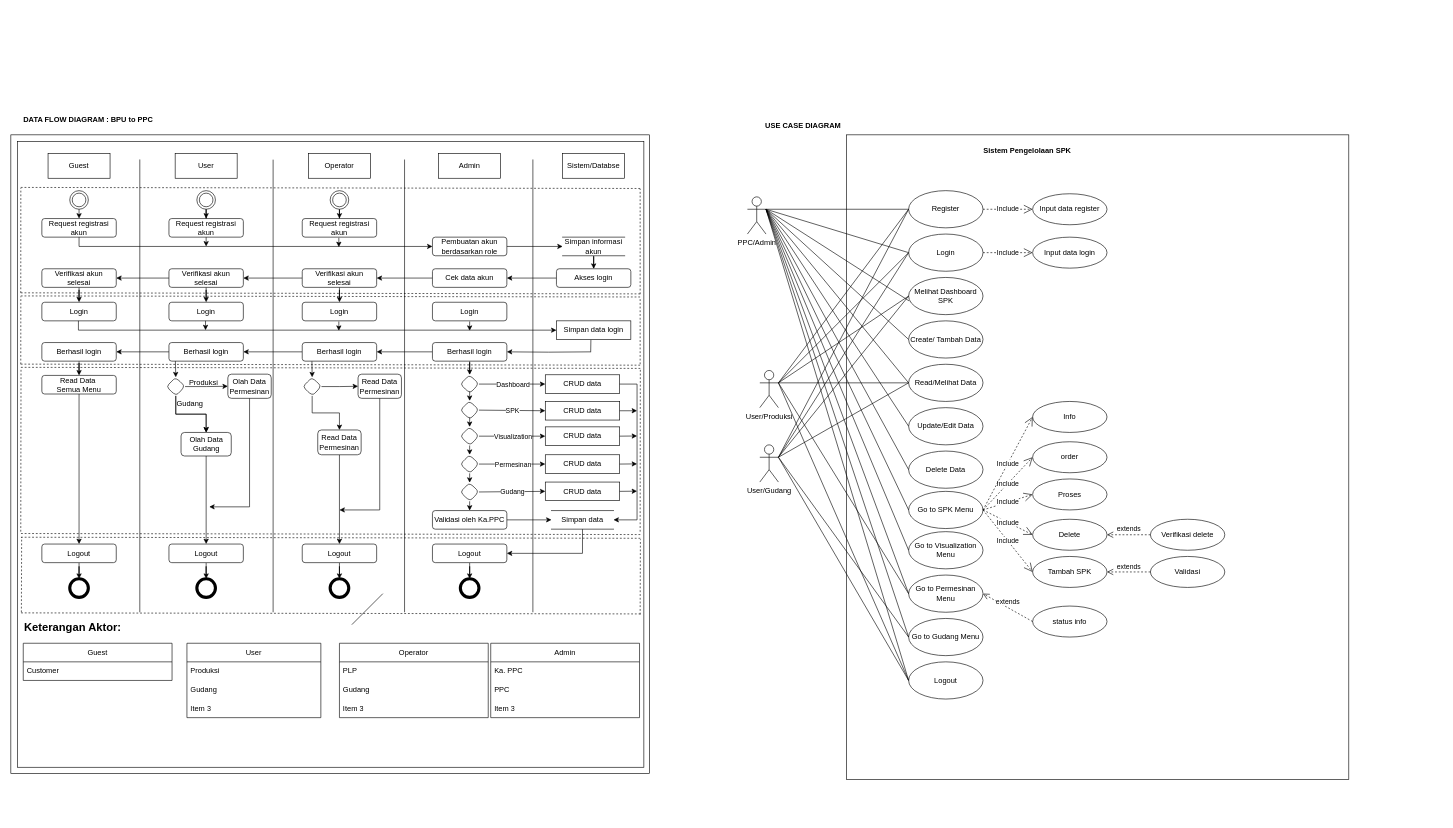
Above: UCD progres rev.drawio in rdhst/ena-me-project (draw.io), before the change. Source tidied: cells renumbered, new cells numbered last; positions are measured from the earlier drawing's top-left corner, leaving out a move shared by most shapes. Both pictures are drawn from the tidied source at 62%, with x=0, y=0 at pixel (11, 110).
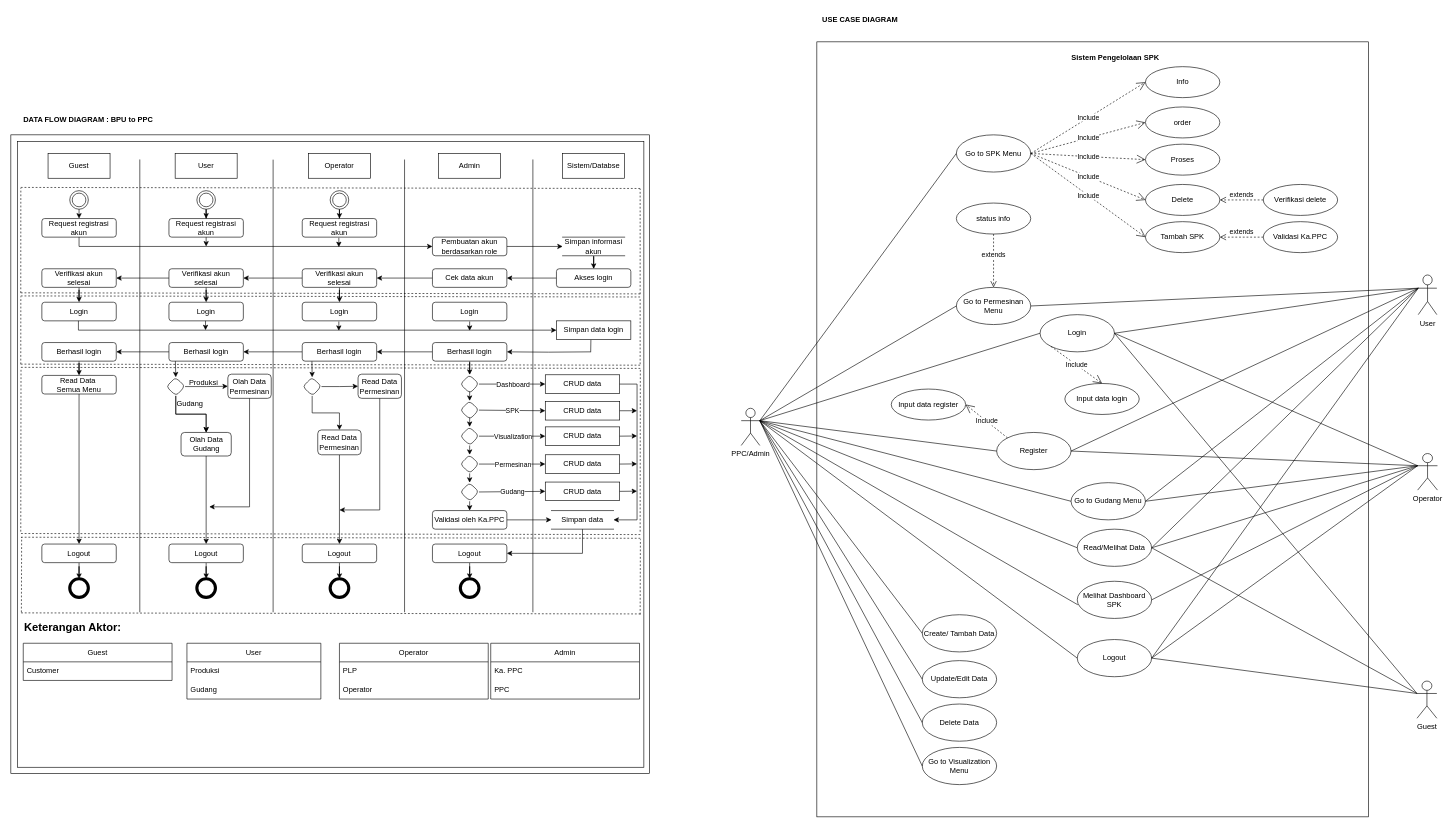
The same diagram, later.

Commit message:
DFD-UCD

Change to the diagram source:
```diff
@@
     <mxCell id="2" style="rounded=0;whiteSpace=wrap;html=1;" parent="1" vertex="1">
-      <mxGeometry x="1348" y="40" width="810" height="1040" as="geometry" />
+      <mxGeometry x="1300" y="-110" width="890" height="1250" as="geometry" />
     </mxCell>
     <mxCell id="3" value="USE CASE DIAGRAM" style="text;html=1;align=center;verticalAlign=middle;whiteSpace=wrap;rounded=0;fontStyle=1;" parent="1" vertex="1">
-      <mxGeometry x="1208" y="10" width="140" height="30" as="geometry" />
+      <mxGeometry x="1300" y="-160" width="140" height="30" as="geometry" />
     </mxCell>
     <mxCell id="4" value="PPC/Admin" style="shape=umlActor;verticalLabelPosition=bottom;verticalAlign=top;html=1;outlineConnect=0;" parent="1" vertex="1">
-      <mxGeometry x="1188" y="140" width="30" height="60" as="geometry" />
+      <mxGeometry x="1178" y="481" width="30" height="60" as="geometry" />
     </mxCell>
     <mxCell id="5" value="&amp;nbsp;Sistem Pengelolaan SPK" style="text;html=1;align=center;verticalAlign=middle;whiteSpace=wrap;rounded=0;fontStyle=1;" parent="1" vertex="1">
-      <mxGeometry x="1548" y="50" width="180" height="30" as="geometry" />
+      <mxGeometry x="1690" y="-100" width="180" height="30" as="geometry" />
     </mxCell>
     <mxCell id="6" value="Login" style="ellipse;whiteSpace=wrap;html=1;" parent="1" vertex="1">
-      <mxGeometry x="1448" y="200" width="120" height="60" as="geometry" />
+      <mxGeometry x="1660" y="330" width="120" height="60" as="geometry" />
     </mxCell>
     <mxCell id="7" value="Input data login" style="ellipse;whiteSpace=wrap;html=1;" parent="1" vertex="1">
-      <mxGeometry x="1648" y="205" width="120" height="50" as="geometry" />
+      <mxGeometry x="1700" y="441" width="120" height="50" as="geometry" />
     </mxCell>
     <mxCell id="8" value="Register" style="ellipse;whiteSpace=wrap;html=1;" parent="1" vertex="1">
-      <mxGeometry x="1448" y="130" width="120" height="60" as="geometry" />
+      <mxGeometry x="1590" y="520" width="120" height="60" as="geometry" />
     </mxCell>
     <mxCell id="9" value="Melihat Dashboard SPK" style="ellipse;whiteSpace=wrap;html=1;" parent="1" vertex="1">
-      <mxGeometry x="1448" y="270" width="120" height="60" as="geometry" />
+      <mxGeometry x="1720" y="760" width="120" height="60" as="geometry" />
     </mxCell>
     <mxCell id="10" value="Create/ Tambah Data" style="ellipse;whiteSpace=wrap;html=1;" parent="1" vertex="1">
-      <mxGeometry x="1448" y="340" width="120" height="60" as="geometry" />
+      <mxGeometry x="1470" y="814" width="120" height="60" as="geometry" />
     </mxCell>
     <mxCell id="11" value="Logout" style="ellipse;whiteSpace=wrap;html=1;" parent="1" vertex="1">
-      <mxGeometry x="1448" y="890" width="120" height="60" as="geometry" />
+      <mxGeometry x="1720" y="854" width="120" height="60" as="geometry" />
     </mxCell>
     <mxCell id="12" value="Read/Melihat Data" style="ellipse;whiteSpace=wrap;html=1;" parent="1" vertex="1">
-      <mxGeometry x="1448" y="410" width="120" height="60" as="geometry" />
+      <mxGeometry x="1720" y="676" width="120" height="60" as="geometry" />
     </mxCell>
     <mxCell id="13" value="Update/Edit Data" style="ellipse;whiteSpace=wrap;html=1;" parent="1" vertex="1">
-      <mxGeometry x="1448" y="480" width="120" height="60" as="geometry" />
+      <mxGeometry x="1470" y="888" width="120" height="60" as="geometry" />
     </mxCell>
     <mxCell id="14" value="Delete Data" style="ellipse;whiteSpace=wrap;html=1;" parent="1" vertex="1">
-      <mxGeometry x="1448" y="550" width="120" height="60" as="geometry" />
+      <mxGeometry x="1470" y="958" width="120" height="60" as="geometry" />
     </mxCell>
     <mxCell id="15" value="Go to SPK Menu" style="ellipse;whiteSpace=wrap;html=1;" parent="1" vertex="1">
-      <mxGeometry x="1448" y="615" width="120" height="60" as="geometry" />
+      <mxGeometry x="1525" y="40" width="120" height="60" as="geometry" />
     </mxCell>
     <mxCell id="16" value="Go to Visualization Menu" style="ellipse;whiteSpace=wrap;html=1;" parent="1" vertex="1">
-      <mxGeometry x="1448" y="680" width="120" height="60" as="geometry" />
+      <mxGeometry x="1470" y="1028" width="120" height="60" as="geometry" />
     </mxCell>
     <mxCell id="17" value="Go to Permesinan Menu" style="ellipse;whiteSpace=wrap;html=1;" parent="1" vertex="1">
-      <mxGeometry x="1448" y="750" width="120" height="60" as="geometry" />
+      <mxGeometry x="1525" y="286" width="120" height="60" as="geometry" />
     </mxCell>
     <mxCell id="18" value="Go to Gudang Menu" style="ellipse;whiteSpace=wrap;html=1;" parent="1" vertex="1">
-      <mxGeometry x="1448" y="820" width="120" height="60" as="geometry" />
+      <mxGeometry x="1710" y="601" width="120" height="60" as="geometry" />
     </mxCell>
     <mxCell id="19" value="Input data register" style="ellipse;whiteSpace=wrap;html=1;" parent="1" vertex="1">
-      <mxGeometry x="1648" y="135" width="120" height="50" as="geometry" />
+      <mxGeometry x="1420" y="450" width="120" height="50" as="geometry" />
     </mxCell>
@@
-    <mxCell id="32" value="Include" style="endArrow=open;endSize=12;dashed=1;html=1;rounded=0;exitX=1;exitY=0.5;exitDx=0;exitDy=0;entryX=0;entryY=0.5;entryDx=0;entryDy=0;" parent="1" edge="1" source="8" target="19">
+    <mxCell id="32" value="Include" style="endArrow=open;endSize=12;dashed=1;html=1;rounded=0;exitX=0;exitY=0;exitDx=0;exitDy=0;entryX=1;entryY=0.5;entryDx=0;entryDy=0;" parent="1" edge="1" source="8" target="19">
       <mxGeometry relative="1" as="geometry" />
     </mxCell>
-    <mxCell id="33" value="Include" style="endArrow=open;endSize=12;dashed=1;html=1;rounded=0;exitX=1;exitY=0.5;exitDx=0;exitDy=0;entryX=0;entryY=0.5;entryDx=0;entryDy=0;" parent="1" edge="1" source="6" target="7">
+    <mxCell id="33" value="Include" style="endArrow=open;endSize=12;dashed=1;html=1;rounded=0;exitX=0;exitY=1;exitDx=0;exitDy=0;entryX=0.5;entryY=0;entryDx=0;entryDy=0;" parent="1" edge="1" source="6" target="7">
       <mxGeometry relative="1" as="geometry" />
     </mxCell>
-    <mxCell id="34" value="User/Produksi" style="shape=umlActor;verticalLabelPosition=bottom;verticalAlign=top;html=1;" parent="1" vertex="1">
-      <mxGeometry x="1208" y="420" width="30" height="60" as="geometry" />
+    <mxCell id="34" value="User" style="shape=umlActor;verticalLabelPosition=bottom;verticalAlign=top;html=1;" parent="1" vertex="1">
+      <mxGeometry x="2270" y="266" width="30" height="64" as="geometry" />
     </mxCell>
-    <mxCell id="35" style="endArrow=none;html=1;rounded=0;exitX=1;exitY=0.3333333333333333;exitDx=0;exitDy=0;exitPerimeter=0;entryX=0;entryY=0.5;entryDx=0;entryDy=0;" parent="1" edge="1" source="34" target="11">
+    <mxCell id="35" style="endArrow=none;html=1;rounded=0;exitX=0;exitY=0.3333333333333333;exitDx=0;exitDy=0;exitPerimeter=0;entryX=1;entryY=0.5;entryDx=0;entryDy=0;" parent="1" edge="1" source="34" target="11">
       <mxGeometry relative="1" as="geometry" />
     </mxCell>
-    <mxCell id="36" style="endArrow=none;html=1;rounded=0;exitX=1;exitY=0.3333333333333333;exitDx=0;exitDy=0;exitPerimeter=0;entryX=0;entryY=0.5;entryDx=0;entryDy=0;" parent="1" edge="1" source="34" target="17">
+    <mxCell id="36" style="endArrow=none;html=1;rounded=0;exitX=0;exitY=0.3333333333333333;exitDx=0;exitDy=0;exitPerimeter=0;entryX=1;entryY=0.5;entryDx=0;entryDy=0;" parent="1" edge="1" source="34" target="17">
       <mxGeometry relative="1" as="geometry" />
     </mxCell>
-    <mxCell id="37" style="endArrow=none;html=1;rounded=0;exitX=1;exitY=0.3333333333333333;exitDx=0;exitDy=0;exitPerimeter=0;entryX=0;entryY=0.5;entryDx=0;entryDy=0;" parent="1" edge="1" source="34" target="12">
+    <mxCell id="37" style="endArrow=none;html=1;rounded=0;exitX=0;exitY=0.3333333333333333;exitDx=0;exitDy=0;exitPerimeter=0;entryX=1;entryY=0.5;entryDx=0;entryDy=0;" parent="1" edge="1" source="34" target="12">
       <mxGeometry relative="1" as="geometry" />
     </mxCell>
-    <mxCell id="38" style="endArrow=none;html=1;rounded=0;exitX=1;exitY=0.3333333333333333;exitDx=0;exitDy=0;exitPerimeter=0;entryX=0;entryY=0.5;entryDx=0;entryDy=0;" parent="1" edge="1" source="34" target="9">
+    <mxCell id="38" style="endArrow=none;html=1;rounded=0;exitX=0;exitY=0.3333333333333333;exitDx=0;exitDy=0;exitPerimeter=0;entryX=1;entryY=0.5;entryDx=0;entryDy=0;" parent="1" edge="1" source="34" target="6">
       <mxGeometry relative="1" as="geometry" />
     </mxCell>
-    <mxCell id="39" style="endArrow=none;html=1;rounded=0;entryX=0;entryY=0.5;entryDx=0;entryDy=0;exitX=1;exitY=0.3333333333333333;exitDx=0;exitDy=0;exitPerimeter=0;" parent="1" edge="1" source="34" target="6">
-      <mxGeometry relative="1" as="geometry" />
-    </mxCell>
-    <mxCell id="40" style="endArrow=none;html=1;rounded=0;entryX=0;entryY=0.5;entryDx=0;entryDy=0;exitX=1;exitY=0.3333333333333333;exitDx=0;exitDy=0;exitPerimeter=0;" parent="1" edge="1" source="34" target="8">
+    <mxCell id="40" style="endArrow=none;html=1;rounded=0;entryX=1;entryY=0.5;entryDx=0;entryDy=0;exitX=0;exitY=0.3333333333333333;exitDx=0;exitDy=0;exitPerimeter=0;" parent="1" edge="1" source="34" target="8">
       <mxGeometry relative="1" as="geometry" />
     </mxCell>
-    <mxCell id="41" value="User/Gudang" style="shape=umlActor;verticalLabelPosition=bottom;verticalAlign=top;html=1;" parent="1" vertex="1">
-      <mxGeometry x="1208" y="540" width="30" height="60" as="geometry" />
+    <mxCell id="41" value="Operator" style="shape=umlActor;verticalLabelPosition=bottom;verticalAlign=top;html=1;" parent="1" vertex="1">
+      <mxGeometry x="2269" y="554" width="32" height="59" as="geometry" />
     </mxCell>
-    <mxCell id="42" style="endArrow=none;html=1;rounded=0;exitX=1;exitY=0.3333333333333333;exitDx=0;exitDy=0;exitPerimeter=0;entryX=0;entryY=0.5;entryDx=0;entryDy=0;" parent="1" edge="1" source="41" target="12">
+    <mxCell id="42" style="endArrow=none;html=1;rounded=0;exitX=0;exitY=0.3333333333333333;exitDx=0;exitDy=0;exitPerimeter=0;entryX=1;entryY=0.5;entryDx=0;entryDy=0;" parent="1" edge="1" source="41" target="12">
       <mxGeometry relative="1" as="geometry" />
     </mxCell>
-    <mxCell id="43" style="endArrow=none;html=1;rounded=0;exitX=1;exitY=0.3333333333333333;exitDx=0;exitDy=0;exitPerimeter=0;entryX=0;entryY=0.5;entryDx=0;entryDy=0;" parent="1" edge="1" source="41" target="18">
+    <mxCell id="43" style="endArrow=none;html=1;rounded=0;exitX=0;exitY=0.3333333333333333;exitDx=0;exitDy=0;exitPerimeter=0;entryX=1;entryY=0.5;entryDx=0;entryDy=0;" parent="1" edge="1" source="41" target="18">
       <mxGeometry relative="1" as="geometry" />
     </mxCell>
-    <mxCell id="44" style="endArrow=none;html=1;rounded=0;exitX=1;exitY=0.3333333333333333;exitDx=0;exitDy=0;exitPerimeter=0;entryX=0;entryY=0.5;entryDx=0;entryDy=0;" parent="1" edge="1" source="41" target="11">
+    <mxCell id="44" style="endArrow=none;html=1;rounded=0;exitX=0;exitY=0.3333333333333333;exitDx=0;exitDy=0;exitPerimeter=0;entryX=1;entryY=0.5;entryDx=0;entryDy=0;" parent="1" edge="1" source="41" target="11">
       <mxGeometry relative="1" as="geometry" />
     </mxCell>
-    <mxCell id="45" style="endArrow=none;html=1;rounded=0;exitX=1;exitY=0.3333333333333333;exitDx=0;exitDy=0;exitPerimeter=0;entryX=0;entryY=0.5;entryDx=0;entryDy=0;" parent="1" edge="1" source="41" target="9">
+    <mxCell id="45" style="endArrow=none;html=1;rounded=0;entryX=1;entryY=0.5;entryDx=0;entryDy=0;exitX=0;exitY=0.3333333333333333;exitDx=0;exitDy=0;exitPerimeter=0;" parent="1" edge="1" source="41" target="9">
       <mxGeometry relative="1" as="geometry" />
     </mxCell>
-    <mxCell id="46" style="endArrow=none;html=1;rounded=0;exitX=1;exitY=0.3333333333333333;exitDx=0;exitDy=0;exitPerimeter=0;entryX=0;entryY=0.5;entryDx=0;entryDy=0;" parent="1" edge="1" source="41" target="6">
+    <mxCell id="46" style="endArrow=none;html=1;rounded=0;entryX=1;entryY=0.5;entryDx=0;entryDy=0;exitX=0;exitY=0.3333333333333333;exitDx=0;exitDy=0;exitPerimeter=0;" parent="1" edge="1" source="41" target="6">
       <mxGeometry relative="1" as="geometry" />
     </mxCell>
-    <mxCell id="47" style="endArrow=none;html=1;rounded=0;exitX=1;exitY=0.3333333333333333;exitDx=0;exitDy=0;exitPerimeter=0;entryX=0;entryY=0.5;entryDx=0;entryDy=0;" parent="1" edge="1" source="41" target="8">
+    <mxCell id="47" style="endArrow=none;html=1;rounded=0;entryX=1;entryY=0.5;entryDx=0;entryDy=0;exitX=0;exitY=0.3333333333333333;exitDx=0;exitDy=0;exitPerimeter=0;" parent="1" edge="1" source="41" target="8">
       <mxGeometry relative="1" as="geometry" />
     </mxCell>
     <mxCell id="48" value="order" style="ellipse;whiteSpace=wrap;html=1;" parent="1" vertex="1">
-      <mxGeometry x="1648" y="535" width="120" height="50" as="geometry" />
+      <mxGeometry x="1830" y="-5" width="120" height="50" as="geometry" />
     </mxCell>
-    <mxCell id="49" value="Include" style="endArrow=open;endSize=12;dashed=1;html=1;rounded=0;exitX=1;exitY=0.5;exitDx=0;exitDy=0;entryX=0;entryY=0.5;entryDx=0;entryDy=0;" parent="1" edge="1" target="48">
-      <mxGeometry relative="1" as="geometry">
-        <mxPoint x="1568" y="645" as="sourcePoint" />
-      </mxGeometry>
+    <mxCell id="49" value="Include" style="endArrow=open;endSize=12;dashed=1;html=1;rounded=0;exitX=1;exitY=0.5;exitDx=0;exitDy=0;entryX=0;entryY=0.5;entryDx=0;entryDy=0;" parent="1" edge="1" source="15" target="48">
+      <mxGeometry relative="1" as="geometry" />
     </mxCell>
     <mxCell id="50" value="Proses" style="ellipse;whiteSpace=wrap;html=1;" parent="1" vertex="1">
-      <mxGeometry x="1648" y="595" width="120" height="50" as="geometry" />
+      <mxGeometry x="1830" y="55" width="120" height="50" as="geometry" />
     </mxCell>
-    <mxCell id="51" value="Include" style="endArrow=open;endSize=12;dashed=1;html=1;rounded=0;exitX=1;exitY=0.5;exitDx=0;exitDy=0;entryX=0;entryY=0.5;entryDx=0;entryDy=0;" parent="1" edge="1" source="15" target="50">
+    <mxCell id="51" value="Include" style="endArrow=open;endSize=12;dashed=1;html=1;rounded=0;entryX=0;entryY=0.5;entryDx=0;entryDy=0;exitX=1;exitY=0.5;exitDx=0;exitDy=0;" parent="1" edge="1" source="15" target="50">
       <mxGeometry relative="1" as="geometry" />
     </mxCell>
     <mxCell id="52" value="Info" style="ellipse;whiteSpace=wrap;html=1;" parent="1" vertex="1">
-      <mxGeometry x="1648" y="470" width="120" height="50" as="geometry" />
+      <mxGeometry x="1830" y="-70" width="120" height="50" as="geometry" />
     </mxCell>
@@
     <mxCell id="54" value="Delete" style="ellipse;whiteSpace=wrap;html=1;" parent="1" vertex="1">
-      <mxGeometry x="1648" y="660" width="120" height="50" as="geometry" />
+      <mxGeometry x="1830" y="120" width="120" height="50" as="geometry" />
     </mxCell>
@@
     <mxCell id="56" value="Tambah SPK" style="ellipse;whiteSpace=wrap;html=1;" parent="1" vertex="1">
-      <mxGeometry x="1648" y="720" width="120" height="50" as="geometry" />
+      <mxGeometry x="1830" y="180" width="120" height="50" as="geometry" />
     </mxCell>
@@
-    <mxCell id="58" value="Validasi" style="ellipse;whiteSpace=wrap;html=1;" parent="1" vertex="1">
-      <mxGeometry x="1838" y="720" width="120" height="50" as="geometry" />
+    <mxCell id="58" value="Validasi Ka.PPC" style="ellipse;whiteSpace=wrap;html=1;" parent="1" vertex="1">
+      <mxGeometry x="2020" y="180" width="120" height="50" as="geometry" />
     </mxCell>
@@
     <mxCell id="60" value="status info" style="ellipse;whiteSpace=wrap;html=1;" parent="1" vertex="1">
-      <mxGeometry x="1648" y="800" width="120" height="50" as="geometry" />
+      <mxGeometry x="1525" y="150" width="120" height="50" as="geometry" />
     </mxCell>
-    <mxCell id="61" value="extends" style="html=1;verticalAlign=bottom;endArrow=open;dashed=1;endSize=8;curved=0;rounded=0;entryX=1;entryY=0.5;entryDx=0;entryDy=0;exitX=0;exitY=0.5;exitDx=0;exitDy=0;" parent="1" edge="1" source="60" target="17">
+    <mxCell id="61" value="extends" style="html=1;verticalAlign=bottom;endArrow=open;dashed=1;endSize=8;curved=0;rounded=0;entryX=0.5;entryY=0;entryDx=0;entryDy=0;exitX=0.5;exitY=1;exitDx=0;exitDy=0;" parent="1" edge="1" source="60" target="17">
       <mxGeometry relative="1" as="geometry" />
     </mxCell>
     <mxCell id="62" value="Verifikasi delete" style="ellipse;whiteSpace=wrap;html=1;" parent="1" vertex="1">
-      <mxGeometry x="1838" y="660" width="120" height="50" as="geometry" />
+      <mxGeometry x="2020" y="120" width="120" height="50" as="geometry" />
     </mxCell>
@@
-    <mxCell id="210" style="endArrow=none;html=1;rounded=0;" parent="1" edge="1">
-      <mxGeometry relative="1" as="geometry">
-        <mxPoint x="550" y="830" as="sourcePoint" />
-        <mxPoint x="600" y="780" as="targetPoint" />
-      </mxGeometry>
-    </mxCell>
@@
     <mxCell id="213" value="User" style="swimlane;fontStyle=0;horizontal=1;startSize=30;whiteSpace=wrap;html=1;" parent="1" vertex="1">
-      <mxGeometry x="284" y="860" width="216" height="120" as="geometry" />
+      <mxGeometry x="284" y="860" width="216" height="90" as="geometry" />
     </mxCell>
@@
-    <mxCell id="216" value="Item 3" style="text;strokeColor=none;fillColor=none;align=left;verticalAlign=middle;spacingLeft=4;spacingRight=4;overflow=hidden;whiteSpace=wrap;html=1;" parent="213" vertex="1">
-      <mxGeometry y="90" width="216" height="30" as="geometry" />
-    </mxCell>
     <mxCell id="217" value="Operator" style="swimlane;fontStyle=0;horizontal=1;startSize=30;whiteSpace=wrap;html=1;" parent="1" vertex="1">
-      <mxGeometry x="530" y="860" width="240" height="120" as="geometry" />
+      <mxGeometry x="530" y="860" width="240" height="90" as="geometry" />
     </mxCell>
@@
-    <mxCell id="219" value="Gudang" style="text;strokeColor=none;fillColor=none;align=left;verticalAlign=middle;spacingLeft=4;spacingRight=4;overflow=hidden;whiteSpace=wrap;html=1;" parent="217" vertex="1">
+    <mxCell id="219" value="Operator" style="text;strokeColor=none;fillColor=none;align=left;verticalAlign=middle;spacingLeft=4;spacingRight=4;overflow=hidden;whiteSpace=wrap;html=1;" parent="217" vertex="1">
       <mxGeometry y="60" width="240" height="30" as="geometry" />
     </mxCell>
-    <mxCell id="220" value="Item 3" style="text;strokeColor=none;fillColor=none;align=left;verticalAlign=middle;spacingLeft=4;spacingRight=4;overflow=hidden;whiteSpace=wrap;html=1;" parent="217" vertex="1">
-      <mxGeometry y="90" width="240" height="30" as="geometry" />
-    </mxCell>
     <mxCell id="221" value="Admin" style="swimlane;fontStyle=0;horizontal=1;startSize=30;whiteSpace=wrap;html=1;" parent="1" vertex="1">
-      <mxGeometry x="774" y="860" width="240" height="120" as="geometry" />
+      <mxGeometry x="774" y="860" width="240" height="90" as="geometry" />
     </mxCell>
@@
-    <mxCell id="224" value="Item 3" style="text;strokeColor=none;fillColor=none;align=left;verticalAlign=middle;spacingLeft=4;spacingRight=4;overflow=hidden;whiteSpace=wrap;html=1;" parent="221" vertex="1">
-      <mxGeometry y="90" width="240" height="30" as="geometry" />
-    </mxCell>
+    <mxCell id="225" style="endArrow=none;html=1;rounded=0;entryX=1;entryY=0.5;entryDx=0;entryDy=0;exitX=0;exitY=0.3333333333333333;exitDx=0;exitDy=0;exitPerimeter=0;" parent="1" edge="1" source="34" target="18">
+      <mxGeometry relative="1" as="geometry" />
+    </mxCell>
+    <mxCell id="226" value="Guest" style="shape=umlActor;verticalLabelPosition=bottom;verticalAlign=top;html=1;" parent="1" vertex="1">
+      <mxGeometry x="2268" y="921" width="32" height="60" as="geometry" />
+    </mxCell>
+    <mxCell id="227" style="endArrow=none;html=1;rounded=0;exitX=0;exitY=0.3333333333333333;exitDx=0;exitDy=0;exitPerimeter=0;entryX=1;entryY=0.5;entryDx=0;entryDy=0;" parent="1" edge="1" source="226" target="11">
+      <mxGeometry relative="1" as="geometry" />
+    </mxCell>
+    <mxCell id="228" style="endArrow=none;html=1;rounded=0;exitX=0;exitY=0.3333333333333333;exitDx=0;exitDy=0;exitPerimeter=0;entryX=1;entryY=0.5;entryDx=0;entryDy=0;" parent="1" edge="1" source="226" target="12">
+      <mxGeometry relative="1" as="geometry" />
+    </mxCell>
+    <mxCell id="229" style="endArrow=none;html=1;rounded=0;entryX=1;entryY=0.5;entryDx=0;entryDy=0;exitX=0;exitY=0.3333333333333333;exitDx=0;exitDy=0;exitPerimeter=0;" parent="1" edge="1" source="226" target="6">
+      <mxGeometry relative="1" as="geometry" />
+    </mxCell>
```
